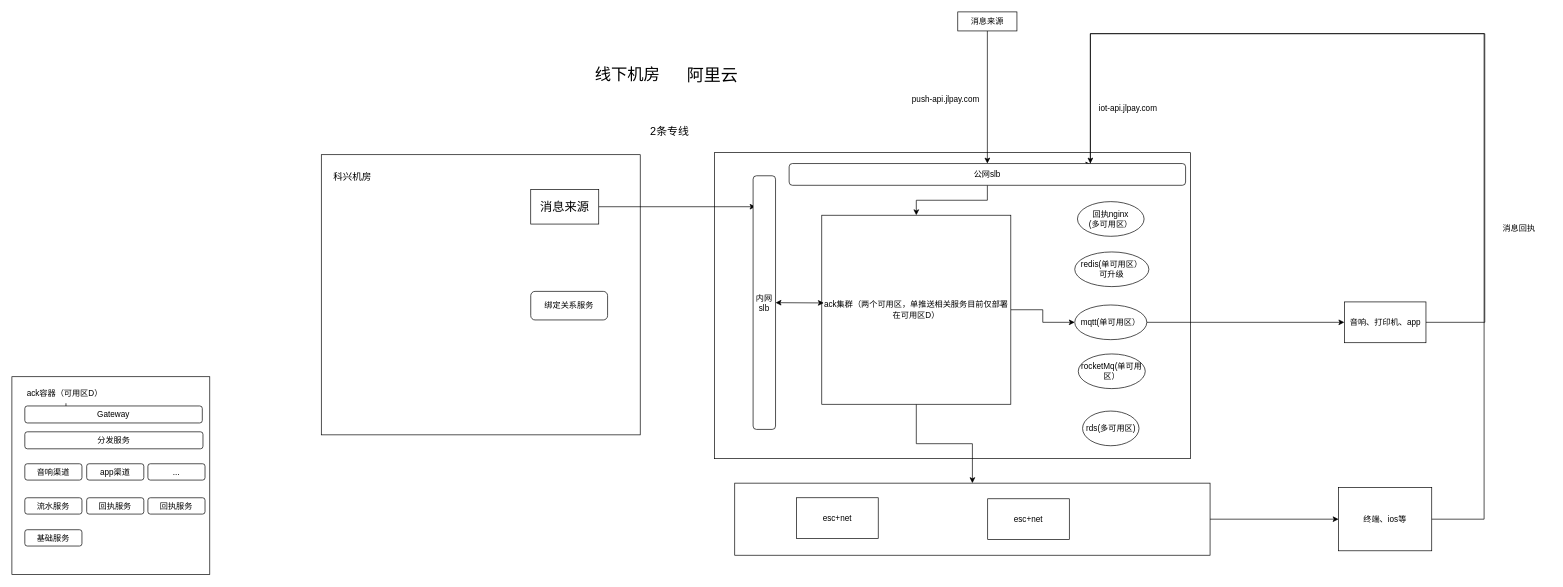
lewis-lab/hello-world keeps this draw.io diagram as 推送可用区分析.drawio. Above is the earlier version. Source tidied: cells renumbered, new cells numbered last; positions are measured from the earlier drawing's top-left corner, leaving out a move shared by most shapes. Both pictures are drawn from the tidied source at 68%, with x=0, y=0 at pixel (12, 12).
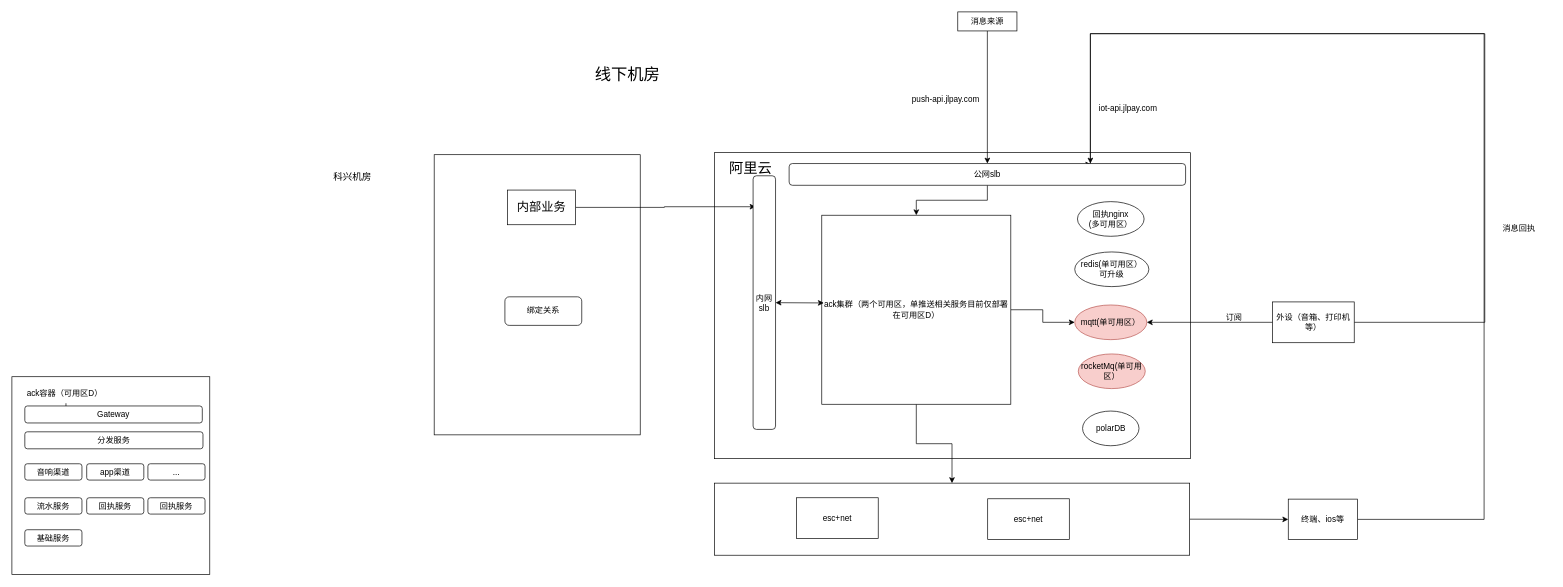
The same diagram, later.

Commit message:
更新推送可用区分析.drawio

Diff of the diagram source:
```diff
@@
+    <mxCell id="49" style="rounded=0;whiteSpace=wrap;html=1;fillColor=none;" parent="1" vertex="1">
+      <mxGeometry x="621" y="210" width="303" height="412" as="geometry" />
+    </mxCell>
@@
-    <mxCell id="16" value="阿里云" style="text;html=1;align=center;verticalAlign=middle;strokeColor=none;fillColor=none;fontSize=25;" parent="1" vertex="1">
-      <mxGeometry x="983" y="70.5" width="93" height="42" as="geometry" />
+    <mxCell id="16" value="&lt;font style=&quot;font-size: 21px;&quot;&gt;阿里云&lt;/font&gt;" style="text;html=1;align=center;verticalAlign=middle;strokeColor=none;fillColor=none;fontSize=25;" parent="1" vertex="1">
+      <mxGeometry x="1045" y="207" width="81" height="42" as="geometry" />
     </mxCell>
@@
-    <mxCell id="18" value="rds(多可用区)" style="ellipse;whiteSpace=wrap;html=1;" parent="1" vertex="1">
+    <mxCell id="18" value="polarDB" style="ellipse;whiteSpace=wrap;html=1;" parent="1" vertex="1">
       <mxGeometry x="1574.5" y="587" width="83" height="51" as="geometry" />
     </mxCell>
@@
-    <mxCell id="20" value="绑定关系服务" style="rounded=1;whiteSpace=wrap;html=1;" parent="1" vertex="1">
-      <mxGeometry x="763" y="411" width="113" height="42" as="geometry" />
+    <mxCell id="20" value="绑定关系" style="rounded=1;whiteSpace=wrap;html=1;" parent="1" vertex="1">
+      <mxGeometry x="725" y="419" width="113" height="42" as="geometry" />
     </mxCell>
-    <mxCell id="21" value="rocketMq(单可用区）" style="ellipse;whiteSpace=wrap;html=1;" parent="1" vertex="1">
+    <mxCell id="21" value="rocketMq(单可用区）" style="ellipse;whiteSpace=wrap;html=1;fillColor=#f8cecc;strokeColor=#b85450;" parent="1" vertex="1">
       <mxGeometry x="1568.2" y="503" width="98.5" height="51" as="geometry" />
     </mxCell>
@@
-    <mxCell id="23" value="&lt;font style=&quot;font-size: 16px;&quot;&gt;2条专线&lt;/font&gt;" style="text;html=1;align=center;verticalAlign=middle;strokeColor=none;fillColor=none;" parent="1" vertex="1">
-      <mxGeometry x="929" y="160" width="75" height="31" as="geometry" />
-    </mxCell>
-    <mxCell id="24" style="edgeStyle=orthogonalEdgeStyle;rounded=0;jettySize=auto;html=1;" parent="1" edge="1" source="25" target="30">
-      <mxGeometry relative="1" as="geometry" />
-    </mxCell>
-    <mxCell id="25" value="mqtt(单可用区）" style="ellipse;whiteSpace=wrap;html=1;" parent="1" vertex="1">
+    <mxCell id="25" value="mqtt(单可用区）" style="ellipse;whiteSpace=wrap;html=1;fillColor=#f8cecc;strokeColor=#b85450;" parent="1" vertex="1">
       <mxGeometry x="1563" y="431" width="106" height="51" as="geometry" />
     </mxCell>
@@
-    <mxCell id="28" value="&lt;font style=&quot;font-size: 18px;&quot;&gt;消息来源&lt;/font&gt;" style="rounded=0;whiteSpace=wrap;html=1;" parent="1" vertex="1">
-      <mxGeometry x="763" y="261" width="100" height="51" as="geometry" />
+    <mxCell id="28" value="&lt;span style=&quot;font-size: 18px;&quot;&gt;内部业务&lt;/span&gt;" style="rounded=0;whiteSpace=wrap;html=1;" parent="1" vertex="1">
+      <mxGeometry x="729" y="262" width="100" height="51" as="geometry" />
     </mxCell>
@@
+    <mxCell id="51" style="edgeStyle=orthogonalEdgeStyle;rounded=0;jettySize=auto;html=1;entryX=1;entryY=0.5;entryDx=0;entryDy=0;" parent="1" edge="1" source="30" target="25">
+      <mxGeometry relative="1" as="geometry" />
+    </mxCell>
-    <mxCell id="30" value="音响、打印机、app" style="whiteSpace=wrap;html=1;" parent="1" vertex="1">
-      <mxGeometry x="1959.5" y="426.5" width="120" height="60" as="geometry" />
+    <mxCell id="30" value="外设（音箱、打印机等）" style="whiteSpace=wrap;html=1;" parent="1" vertex="1">
+      <mxGeometry x="1854" y="426.5" width="120" height="60" as="geometry" />
     </mxCell>
@@
     <mxCell id="42" style="rounded=0;whiteSpace=wrap;html=1;" parent="1" vertex="1">
-      <mxGeometry x="1063" y="693" width="699" height="106" as="geometry" />
+      <mxGeometry x="1033" y="693" width="699" height="106" as="geometry" />
     </mxCell>
@@
     <mxCell id="46" value="终端、ios等" style="rounded=0;whiteSpace=wrap;html=1;" parent="1" vertex="1">
-      <mxGeometry x="1951" y="699.5" width="137" height="93" as="geometry" />
+      <mxGeometry x="1877" y="716.5" width="102" height="59.5" as="geometry" />
     </mxCell>
@@
-    <mxCell id="49" style="rounded=0;whiteSpace=wrap;html=1;fillColor=none;" parent="1" vertex="1">
-      <mxGeometry x="455" y="210" width="469" height="412" as="geometry" />
-    </mxCell>
@@
+    <mxCell id="52" value="订阅" style="text;html=1;align=center;verticalAlign=middle;strokeColor=none;fillColor=none;" parent="1" vertex="1">
+      <mxGeometry x="1776" y="437" width="42" height="26" as="geometry" />
+    </mxCell>
```
